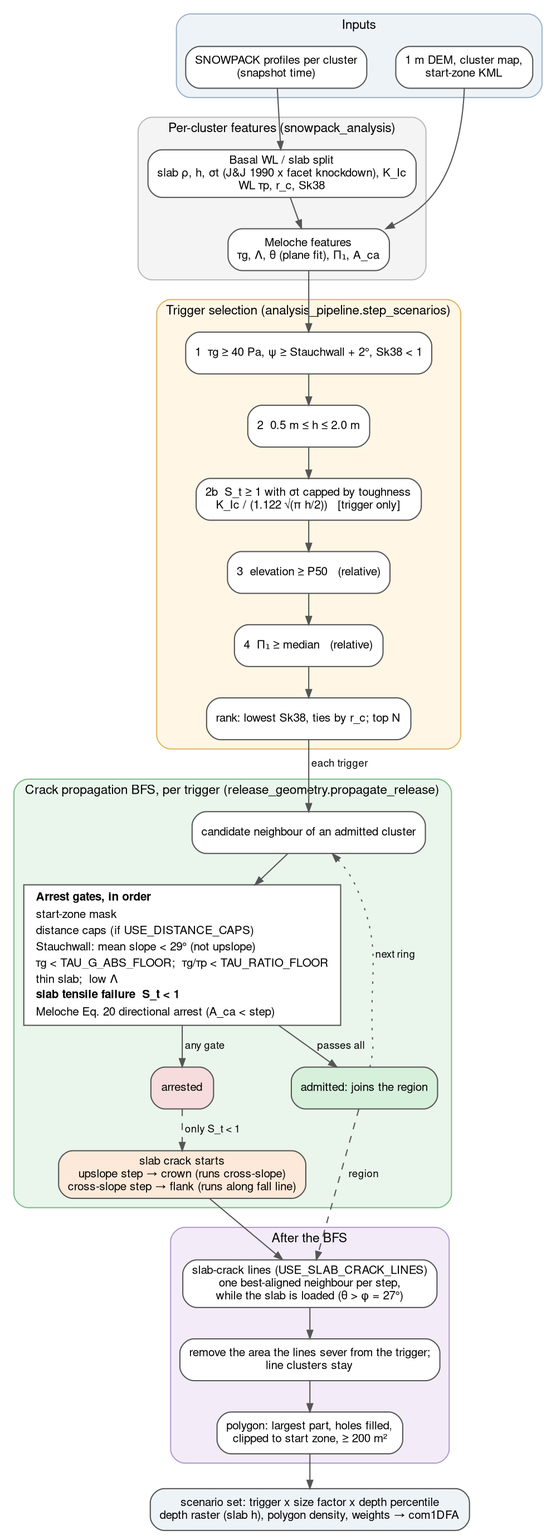
The Graphviz diagram docs/assets/release_model_flow.png in ronimos/avachain, before a commit. Its source is kept beside it as docs/assets/release_model_flow.dot.
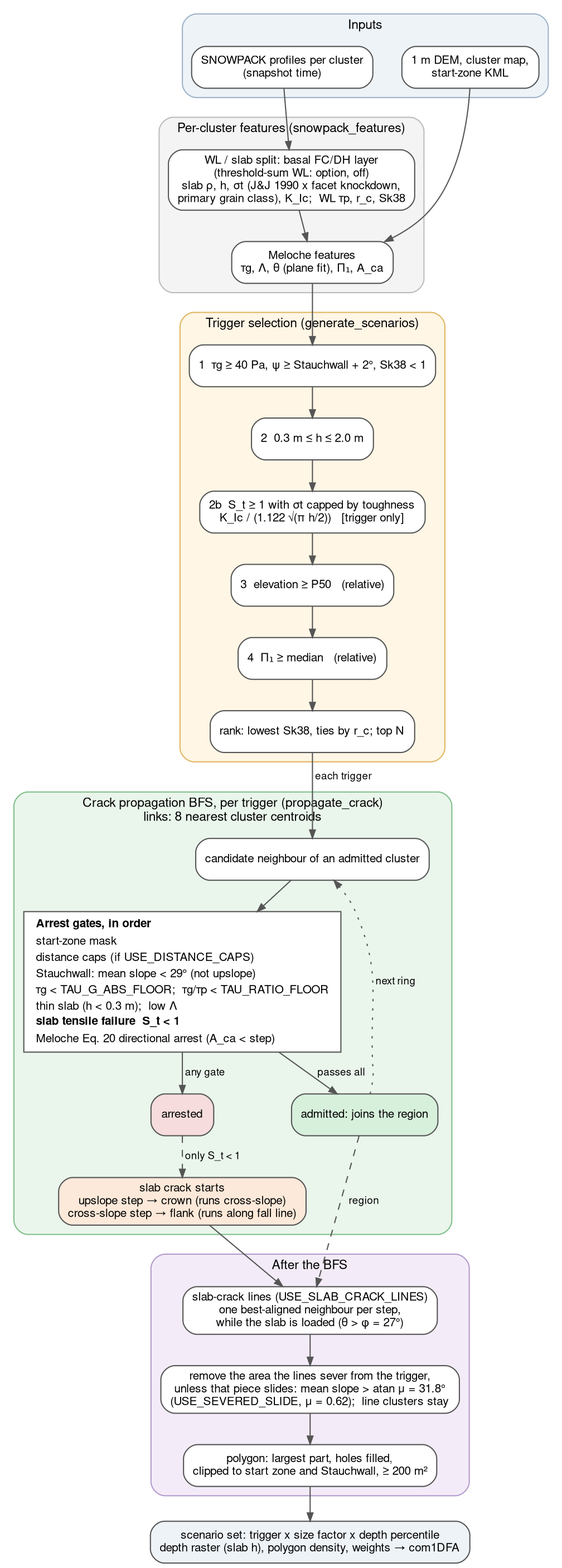
After the commit.

Commit message:
docs(release): methods doc for the 2026-11-13 defaults and deferred switches

Change to the diagram source:
```diff
@@ -11,17 +11,17 @@
   }
 
   subgraph cluster_feat {
-    label="Per-cluster features (snowpack_analysis)"; style="rounded,filled"; fillcolor="#f4f4f4"; color="#bbbbbb";
-    feat [label="Basal WL / slab split\nslab ρ, h, σt (J&J 1990 x facet knockdown), K_Ic\nWL τp, r_c, Sk38"];
+    label="Per-cluster features (snowpack_features)"; style="rounded,filled"; fillcolor="#f4f4f4"; color="#bbbbbb";
+    feat [label="WL / slab split: basal FC/DH layer\n(threshold-sum WL: option, off)\nslab ρ, h, σt (J&J 1990 x facet knockdown,\nprimary grain class), K_Ic;  WL τp, r_c, Sk38"];
     mel  [label="Meloche features\nτg, Λ, θ (plane fit), Π₁, A_ca"];
     feat -> mel;
   }
   pro -> feat; dem -> mel;
 
   subgraph cluster_trig {
-    label="Trigger selection (analysis_pipeline.step_scenarios)"; style="rounded,filled"; fillcolor="#fff6e5"; color="#e0b660";
+    label="Trigger selection (generate_scenarios)"; style="rounded,filled"; fillcolor="#fff6e5"; color="#e0b660";
     t1 [label="1  τg ≥ 40 Pa, ψ ≥ Stauchwall + 2°, Sk38 < 1"];
-    t2 [label="2  0.5 m ≤ h ≤ 2.0 m"];
+    t2 [label="2  0.3 m ≤ h ≤ 2.0 m"];
     t2b[label="2b  S_t ≥ 1 with σt capped by toughness\nK_Ic / (1.122 √(π h/2))   [trigger only]"];
     t3 [label="3  elevation ≥ P50   (relative)"];
     t4 [label="4  Π₁ ≥ median   (relative)"];
@@ -31,7 +31,7 @@
   mel -> t1;
 
   subgraph cluster_bfs {
-    label="Crack propagation BFS, per trigger (release_geometry.propagate_release)"; style="rounded,filled"; fillcolor="#eaf6ec"; color="#7fbf8a";
+    label="Crack propagation BFS, per trigger (propagate_crack)\nlinks: 8 nearest cluster centroids"; style="rounded,filled"; fillcolor="#eaf6ec"; color="#7fbf8a";
     cand [label="candidate neighbour of an admitted cluster", fillcolor="#ffffff"];
     gates [shape=box, style="filled", fillcolor="#ffffff", label=<
       <TABLE BORDER="0" CELLBORDER="0" CELLSPACING="1" CELLPADDING="1">
@@ -40,7 +40,7 @@
       <TR><TD ALIGN="LEFT">distance caps (if USE_DISTANCE_CAPS)</TD></TR>
       <TR><TD ALIGN="LEFT">Stauchwall: mean slope &lt; 29° (not upslope)</TD></TR>
       <TR><TD ALIGN="LEFT">τg &lt; TAU_G_ABS_FLOOR;  τg/τp &lt; TAU_RATIO_FLOOR</TD></TR>
-      <TR><TD ALIGN="LEFT">thin slab;  low Λ</TD></TR>
+      <TR><TD ALIGN="LEFT">thin slab (h &lt; 0.3 m);  low Λ</TD></TR>
       <TR><TD ALIGN="LEFT"><B>slab tensile failure  S_t &lt; 1</B></TD></TR>
       <TR><TD ALIGN="LEFT">Meloche Eq. 20 directional arrest (A_ca &lt; step)</TD></TR>
       </TABLE>>];
@@ -58,8 +58,8 @@
   subgraph cluster_post {
     label="After the BFS"; style="rounded,filled"; fillcolor="#f3ecf8"; color="#b39bcc";
     lines [label="slab-crack lines (USE_SLAB_CRACK_LINES)\none best-aligned neighbour per step,\nwhile the slab is loaded (θ > φ = 27°)"];
-    sever [label="remove the area the lines sever from the trigger;\nline clusters stay"];
-    poly  [label="polygon: largest part, holes filled,\nclipped to start zone, ≥ 200 m²"];
+    sever [label="remove the area the lines sever from the trigger,\nunless that piece slides: mean slope > atan μ = 31.8°\n(USE_SEVERED_SLIDE, μ = 0.62);  line clusters stay"];
+    poly  [label="polygon: largest part, holes filled,\nclipped to start zone and Stauchwall, ≥ 200 m²"];
     lines -> sever -> poly;
   }
   crk -> lines;
```
